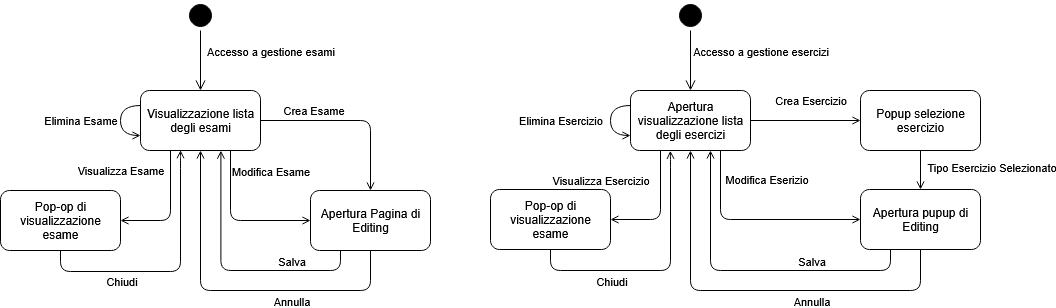
MarcoFrontini/Progetto_IdS_2024-2025 keeps this draw.io diagram as Documentazione/Diagrammi/Diagramma di stato/Diagramma_di_stato.drawio.png. Above is the earlier version. Source tidied: cells renumbered, new cells last; positions are measured from the earlier drawing's top-left corner, leaving out a move shared by most shapes. Its diagram source:
```xml
<mxGraphModel background="light-dark(#FFFFFF,#585858)">
  <root>
    <mxCell id="0" />
    <mxCell id="1" parent="0" />
    <mxCell id="2" style="ellipse;html=1;shape=startState;fillColor=#000000;strokeColor=light-dark(#000000,#000000);" parent="1" vertex="1">
      <mxGeometry x="185" width="30" height="30" as="geometry" />
    </mxCell>
    <mxCell id="3" value="Accesso a gestione esami" style="edgeStyle=orthogonalEdgeStyle;html=1;verticalAlign=bottom;endArrow=open;endSize=8;strokeColor=light-dark(#000000,#EEEEEE);rounded=0;labelBackgroundColor=none;" parent="1" edge="1" source="2">
      <mxGeometry y="70" relative="1" as="geometry">
        <mxPoint x="200" y="90" as="targetPoint" />
      </mxGeometry>
    </mxCell>
    <mxCell id="4" value="&lt;div&gt;Crea Esame&lt;/div&gt;" style="edgeStyle=orthogonalEdgeStyle;rounded=1;jettySize=auto;html=1;exitX=1;exitY=0.5;exitDx=0;exitDy=0;entryX=0.5;entryY=0;entryDx=0;entryDy=0;curved=0;labelBackgroundColor=none;endArrow=open;endFill=0;" parent="1" edge="1" source="8" target="13">
      <mxGeometry x="-0.41" y="10" relative="1" as="geometry" />
    </mxCell>
    <mxCell id="5" value="Modifica Esame" style="edgeStyle=orthogonalEdgeStyle;rounded=1;jettySize=auto;html=1;entryX=0;entryY=0.5;entryDx=0;entryDy=0;exitX=0.75;exitY=1;exitDx=0;exitDy=0;curved=0;labelBackgroundColor=none;endArrow=open;endFill=0;" parent="1" edge="1" source="8" target="13">
      <mxGeometry x="-0.71" y="40" relative="1" as="geometry" />
    </mxCell>
    <mxCell id="6" value="Visualizza Esame" style="edgeStyle=orthogonalEdgeStyle;rounded=1;jettySize=auto;html=1;exitX=0.25;exitY=1;exitDx=0;exitDy=0;entryX=1;entryY=0.5;entryDx=0;entryDy=0;curved=0;labelBackgroundColor=none;endArrow=open;endFill=0;" parent="1" edge="1" source="8" target="14">
      <mxGeometry x="-0.67" y="-50" relative="1" as="geometry" />
    </mxCell>
    <mxCell id="7" value="Elimina Esame" style="edgeStyle=orthogonalEdgeStyle;rounded=0;orthogonalLoop=1;jettySize=auto;html=1;entryX=0;entryY=0.75;entryDx=0;entryDy=0;exitX=0;exitY=0.25;exitDx=0;exitDy=0;curved=1;labelBackgroundColor=none;endArrow=open;endFill=0;" parent="1" edge="1" source="8" target="8">
      <mxGeometry y="-40" relative="1" as="geometry">
        <Array as="points">
          <mxPoint x="120" y="105" />
          <mxPoint x="120" y="135" />
        </Array>
      </mxGeometry>
    </mxCell>
    <mxCell id="8" value="Visualizzazione lista degli esami" style="rounded=1;whiteSpace=wrap;html=1;" parent="1" vertex="1">
      <mxGeometry x="140" y="90" width="120" height="60" as="geometry" />
    </mxCell>
    <mxCell id="9" style="edgeStyle=orthogonalEdgeStyle;rounded=1;jettySize=auto;html=1;exitX=0.25;exitY=1;exitDx=0;exitDy=0;entryX=0.67;entryY=1.002;entryDx=0;entryDy=0;entryPerimeter=0;curved=0;labelBackgroundColor=none;endArrow=open;endFill=0;" parent="1" edge="1" source="13" target="8">
      <mxGeometry relative="1" as="geometry" />
    </mxCell>
    <mxCell id="10" value="&lt;div&gt;Salva&lt;/div&gt;" style="edgeLabel;html=1;align=center;verticalAlign=middle;labelBackgroundColor=none;" parent="9" vertex="1">
      <mxGeometry x="-0.43" y="1" relative="1" as="geometry">
        <mxPoint x="5" y="-11" as="offset" />
      </mxGeometry>
    </mxCell>
    <mxCell id="11" style="edgeStyle=orthogonalEdgeStyle;rounded=1;jettySize=auto;html=1;entryX=0.5;entryY=1;entryDx=0;entryDy=0;curved=0;labelBackgroundColor=none;endArrow=open;endFill=0;" parent="1" edge="1" source="13" target="8">
      <mxGeometry relative="1" as="geometry">
        <Array as="points">
          <mxPoint x="370" y="290" />
          <mxPoint x="200" y="290" />
        </Array>
      </mxGeometry>
    </mxCell>
    <mxCell id="12" value="Annulla" style="edgeLabel;html=1;align=center;verticalAlign=middle;labelBackgroundColor=none;" parent="11" vertex="1">
      <mxGeometry x="-0.29" relative="1" as="geometry">
        <mxPoint x="5" y="10" as="offset" />
      </mxGeometry>
    </mxCell>
    <mxCell id="13" value="Apertura Pagina di Editing" style="rounded=1;whiteSpace=wrap;html=1;" parent="1" vertex="1">
      <mxGeometry x="310" y="190" width="120" height="60" as="geometry" />
    </mxCell>
    <mxCell id="14" value="Pop-op di visualizzazione esame" style="rounded=1;whiteSpace=wrap;html=1;" parent="1" vertex="1">
      <mxGeometry y="190" width="120" height="60" as="geometry" />
    </mxCell>
    <mxCell id="15" style="ellipse;html=1;shape=startState;fillColor=#000000;strokeColor=light-dark(#000000,#000000);" parent="1" vertex="1">
      <mxGeometry x="675" width="30" height="30" as="geometry" />
    </mxCell>
    <mxCell id="16" value="Accesso a gestione esercizi" style="edgeStyle=orthogonalEdgeStyle;html=1;verticalAlign=bottom;endArrow=open;endSize=8;strokeColor=light-dark(#000000,#FFFFFF);rounded=0;labelBackgroundColor=none;" parent="1" edge="1" source="15">
      <mxGeometry y="70" relative="1" as="geometry">
        <mxPoint x="690" y="90" as="targetPoint" />
      </mxGeometry>
    </mxCell>
    <mxCell id="17" value="Modifica Eserizio" style="edgeStyle=orthogonalEdgeStyle;rounded=1;jettySize=auto;html=1;entryX=0;entryY=0.5;entryDx=0;entryDy=0;exitX=0.75;exitY=1;exitDx=0;exitDy=0;curved=0;labelBackgroundColor=none;endArrow=open;endFill=0;" parent="1" edge="1" source="20" target="21">
      <mxGeometry x="0.1" y="40" relative="1" as="geometry" />
    </mxCell>
    <mxCell id="18" value="Visualizza Esercizio" style="edgeStyle=orthogonalEdgeStyle;rounded=1;jettySize=auto;html=1;exitX=0.25;exitY=1;exitDx=0;exitDy=0;entryX=1;entryY=0.5;entryDx=0;entryDy=0;curved=0;labelBackgroundColor=none;endArrow=open;endFill=0;" parent="1" edge="1" source="20" target="24">
      <mxGeometry x="1" y="-40" relative="1" as="geometry">
        <mxPoint x="-10" y="1" as="offset" />
      </mxGeometry>
    </mxCell>
    <mxCell id="19" value="Crea Esercizio" style="edgeStyle=orthogonalEdgeStyle;rounded=0;jettySize=auto;html=1;entryX=0;entryY=0.5;entryDx=0;entryDy=0;labelBackgroundColor=none;endArrow=open;endFill=0;" parent="1" edge="1" source="20" target="27">
      <mxGeometry x="0.09" y="20" relative="1" as="geometry" />
    </mxCell>
    <mxCell id="20" value="Apertura visualizzazione lista degli esercizi" style="rounded=1;whiteSpace=wrap;html=1;" parent="1" vertex="1">
      <mxGeometry x="630" y="90" width="120" height="60" as="geometry" />
    </mxCell>
    <mxCell id="21" value="Apertura pupup di Editing" style="rounded=1;whiteSpace=wrap;html=1;" parent="1" vertex="1">
      <mxGeometry x="860" y="189" width="120" height="60" as="geometry" />
    </mxCell>
    <mxCell id="22" style="edgeStyle=orthogonalEdgeStyle;rounded=1;jettySize=auto;html=1;curved=0;entryX=0.332;entryY=1.005;entryDx=0;entryDy=0;entryPerimeter=0;exitX=0.5;exitY=1;exitDx=0;exitDy=0;labelBackgroundColor=none;endArrow=open;endFill=0;" parent="1" edge="1" source="24" target="20">
      <mxGeometry relative="1" as="geometry">
        <Array as="points">
          <mxPoint x="550" y="270" />
          <mxPoint x="670" y="270" />
          <mxPoint x="670" y="157" />
          <mxPoint x="670" y="157" />
        </Array>
      </mxGeometry>
    </mxCell>
    <mxCell id="23" value="Chiudi" style="edgeLabel;html=1;align=center;verticalAlign=middle;labelBackgroundColor=none;" parent="22" vertex="1">
      <mxGeometry x="-0.38" y="-1" relative="1" as="geometry">
        <mxPoint y="9" as="offset" />
      </mxGeometry>
    </mxCell>
    <mxCell id="24" value="Pop-op di visualizzazione esame" style="rounded=1;whiteSpace=wrap;html=1;" parent="1" vertex="1">
      <mxGeometry x="490" y="189" width="120" height="60" as="geometry" />
    </mxCell>
    <mxCell id="25" style="edgeStyle=orthogonalEdgeStyle;rounded=0;jettySize=auto;html=1;labelBackgroundColor=none;endArrow=open;endFill=0;" parent="1" edge="1" source="27" target="21">
      <mxGeometry relative="1" as="geometry" />
    </mxCell>
    <mxCell id="26" value="Tipo Esercizio Selezionato" style="edgeLabel;html=1;align=center;verticalAlign=middle;labelBackgroundColor=none;" parent="25" vertex="1">
      <mxGeometry x="-0.01" y="-2" relative="1" as="geometry">
        <mxPoint x="68" y="-4" as="offset" />
      </mxGeometry>
    </mxCell>
    <mxCell id="27" value="Popup selezione esercizio" style="rounded=1;whiteSpace=wrap;html=1;" parent="1" vertex="1">
      <mxGeometry x="860" y="90" width="120" height="60" as="geometry" />
    </mxCell>
    <mxCell id="28" value="Elimina Esercizio" style="edgeStyle=orthogonalEdgeStyle;rounded=0;orthogonalLoop=1;jettySize=auto;html=1;entryX=0;entryY=0.75;entryDx=0;entryDy=0;exitX=0;exitY=0.25;exitDx=0;exitDy=0;curved=1;labelBackgroundColor=none;endArrow=open;endFill=0;" parent="1" edge="1">
      <mxGeometry y="-50" relative="1" as="geometry">
        <mxPoint x="630" y="105" as="sourcePoint" />
        <mxPoint x="630" y="135" as="targetPoint" />
        <Array as="points">
          <mxPoint x="610" y="105" />
          <mxPoint x="610" y="135" />
        </Array>
      </mxGeometry>
    </mxCell>
    <mxCell id="29" style="edgeStyle=orthogonalEdgeStyle;rounded=1;jettySize=auto;html=1;curved=0;exitX=0.5;exitY=1;exitDx=0;exitDy=0;entryX=0.334;entryY=0.996;entryDx=0;entryDy=0;entryPerimeter=0;labelBackgroundColor=none;endArrow=open;endFill=0;" parent="1" edge="1" target="8">
      <mxGeometry relative="1" as="geometry">
        <mxPoint x="60" y="250" as="sourcePoint" />
        <Array as="points">
          <mxPoint x="60" y="271" />
          <mxPoint x="180" y="271" />
          <mxPoint x="180" y="158" />
          <mxPoint x="180" y="158" />
        </Array>
      </mxGeometry>
    </mxCell>
    <mxCell id="30" value="Chiudi" style="edgeLabel;html=1;align=center;verticalAlign=middle;labelBackgroundColor=none;" parent="29" vertex="1">
      <mxGeometry x="-0.38" y="-1" relative="1" as="geometry">
        <mxPoint x="-1" y="8" as="offset" />
      </mxGeometry>
    </mxCell>
    <mxCell id="31" style="edgeStyle=orthogonalEdgeStyle;rounded=1;jettySize=auto;html=1;exitX=0.25;exitY=1;exitDx=0;exitDy=0;entryX=0.67;entryY=1.002;entryDx=0;entryDy=0;entryPerimeter=0;curved=0;labelBackgroundColor=none;endArrow=open;endFill=0;" parent="1" edge="1" source="21">
      <mxGeometry relative="1" as="geometry">
        <mxPoint x="710" y="150" as="targetPoint" />
        <Array as="points">
          <mxPoint x="890" y="270" />
          <mxPoint x="710" y="270" />
        </Array>
      </mxGeometry>
    </mxCell>
    <mxCell id="32" value="&lt;div&gt;Salva&lt;/div&gt;" style="edgeLabel;html=1;align=center;verticalAlign=middle;labelBackgroundColor=none;" parent="31" vertex="1">
      <mxGeometry x="-0.43" y="1" relative="1" as="geometry">
        <mxPoint x="-9" y="-11" as="offset" />
      </mxGeometry>
    </mxCell>
    <mxCell id="33" style="edgeStyle=orthogonalEdgeStyle;rounded=1;jettySize=auto;html=1;entryX=0.5;entryY=1;entryDx=0;entryDy=0;curved=0;exitX=0.5;exitY=1;exitDx=0;exitDy=0;labelBackgroundColor=none;endArrow=open;endFill=0;" parent="1" edge="1" source="21">
      <mxGeometry relative="1" as="geometry">
        <mxPoint x="690" y="150" as="targetPoint" />
        <Array as="points">
          <mxPoint x="920" y="290" />
          <mxPoint x="690" y="290" />
        </Array>
      </mxGeometry>
    </mxCell>
    <mxCell id="34" value="Annulla" style="edgeLabel;html=1;align=center;verticalAlign=middle;labelBackgroundColor=none;" parent="33" vertex="1">
      <mxGeometry x="-0.29" relative="1" as="geometry">
        <mxPoint x="-4" y="10" as="offset" />
      </mxGeometry>
    </mxCell>
  </root>
</mxGraphModel>
```
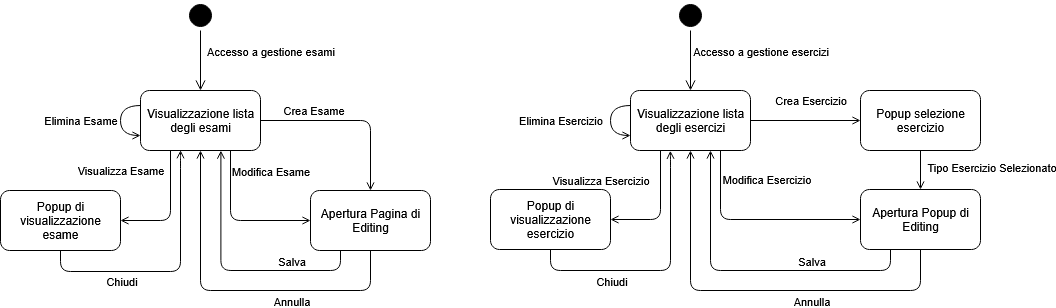
The same diagram one commit later.

Commit message:
Fixed State Diagram Errors

What changed in the source:
```diff
@@ -54,7 +54,7 @@
     <mxCell id="13" value="Apertura Pagina di Editing" style="rounded=1;whiteSpace=wrap;html=1;" parent="1" vertex="1">
       <mxGeometry x="310" y="190" width="120" height="60" as="geometry" />
     </mxCell>
-    <mxCell id="14" value="Pop-op di visualizzazione esame" style="rounded=1;whiteSpace=wrap;html=1;" parent="1" vertex="1">
+    <mxCell id="14" value="Popup di visualizzazione esame" style="rounded=1;whiteSpace=wrap;html=1;" parent="1" vertex="1">
       <mxGeometry y="190" width="120" height="60" as="geometry" />
     </mxCell>
     <mxCell id="15" style="ellipse;html=1;shape=startState;fillColor=#000000;strokeColor=light-dark(#000000,#000000);" parent="1" vertex="1">
@@ -65,7 +65,7 @@
         <mxPoint x="690" y="90" as="targetPoint" />
       </mxGeometry>
     </mxCell>
-    <mxCell id="17" value="Modifica Eserizio" style="edgeStyle=orthogonalEdgeStyle;rounded=1;jettySize=auto;html=1;entryX=0;entryY=0.5;entryDx=0;entryDy=0;exitX=0.75;exitY=1;exitDx=0;exitDy=0;curved=0;labelBackgroundColor=none;endArrow=open;endFill=0;" parent="1" edge="1" source="20" target="21">
+    <mxCell id="17" value="Modifica Esercizio" style="edgeStyle=orthogonalEdgeStyle;rounded=1;jettySize=auto;html=1;entryX=0;entryY=0.5;entryDx=0;entryDy=0;exitX=0.75;exitY=1;exitDx=0;exitDy=0;curved=0;labelBackgroundColor=none;endArrow=open;endFill=0;" parent="1" edge="1" source="20" target="21">
       <mxGeometry x="0.1" y="40" relative="1" as="geometry" />
     </mxCell>
     <mxCell id="18" value="Visualizza Esercizio" style="edgeStyle=orthogonalEdgeStyle;rounded=1;jettySize=auto;html=1;exitX=0.25;exitY=1;exitDx=0;exitDy=0;entryX=1;entryY=0.5;entryDx=0;entryDy=0;curved=0;labelBackgroundColor=none;endArrow=open;endFill=0;" parent="1" edge="1" source="20" target="24">
@@ -76,10 +76,10 @@
     <mxCell id="19" value="Crea Esercizio" style="edgeStyle=orthogonalEdgeStyle;rounded=0;jettySize=auto;html=1;entryX=0;entryY=0.5;entryDx=0;entryDy=0;labelBackgroundColor=none;endArrow=open;endFill=0;" parent="1" edge="1" source="20" target="27">
       <mxGeometry x="0.09" y="20" relative="1" as="geometry" />
     </mxCell>
-    <mxCell id="20" value="Apertura visualizzazione lista degli esercizi" style="rounded=1;whiteSpace=wrap;html=1;" parent="1" vertex="1">
+    <mxCell id="20" value="Visualizzazione lista degli esercizi" style="rounded=1;whiteSpace=wrap;html=1;" parent="1" vertex="1">
       <mxGeometry x="630" y="90" width="120" height="60" as="geometry" />
     </mxCell>
-    <mxCell id="21" value="Apertura pupup di Editing" style="rounded=1;whiteSpace=wrap;html=1;" parent="1" vertex="1">
+    <mxCell id="21" value="Apertura Popup di Editing" style="rounded=1;whiteSpace=wrap;html=1;" parent="1" vertex="1">
       <mxGeometry x="860" y="189" width="120" height="60" as="geometry" />
     </mxCell>
     <mxCell id="22" style="edgeStyle=orthogonalEdgeStyle;rounded=1;jettySize=auto;html=1;curved=0;entryX=0.332;entryY=1.005;entryDx=0;entryDy=0;entryPerimeter=0;exitX=0.5;exitY=1;exitDx=0;exitDy=0;labelBackgroundColor=none;endArrow=open;endFill=0;" parent="1" edge="1" source="24" target="20">
@@ -97,7 +97,7 @@
         <mxPoint y="9" as="offset" />
       </mxGeometry>
     </mxCell>
-    <mxCell id="24" value="Pop-op di visualizzazione esame" style="rounded=1;whiteSpace=wrap;html=1;" parent="1" vertex="1">
+    <mxCell id="24" value="Popup di visualizzazione esercizio" style="rounded=1;whiteSpace=wrap;html=1;" parent="1" vertex="1">
       <mxGeometry x="490" y="189" width="120" height="60" as="geometry" />
     </mxCell>
     <mxCell id="25" style="edgeStyle=orthogonalEdgeStyle;rounded=0;jettySize=auto;html=1;labelBackgroundColor=none;endArrow=open;endFill=0;" parent="1" edge="1" source="27" target="21">
```
